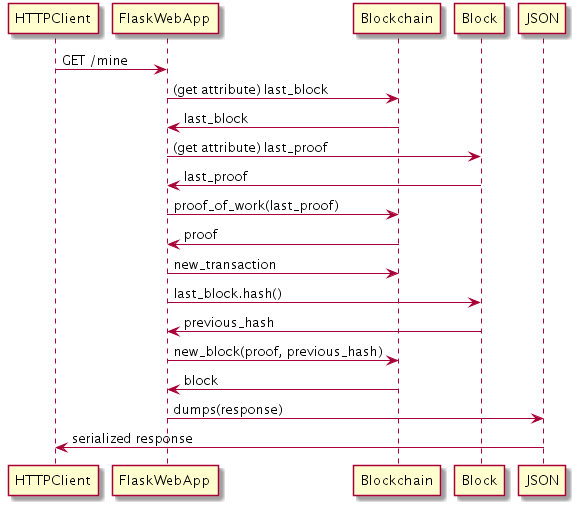
Before: docs/diagrams/UML_SequenceDiagram_mine.png, a diagram exported from PlantUML (tripl3a/blockchain).
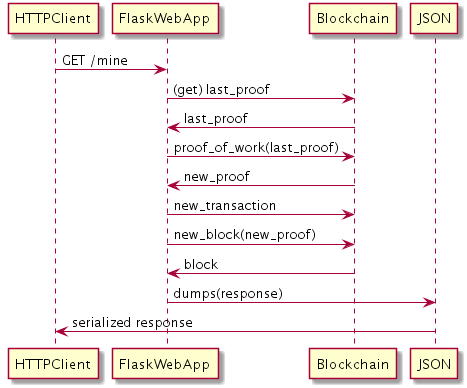
Later version of the same file.

Commit message:
simplified mining sequence

Diff of the diagram source:
```diff
@@ -1,15 +1,11 @@
 @startuml
 HTTPClient -> FlaskWebApp: GET /mine
-FlaskWebApp -> Blockchain: (get attribute) last_block
-Blockchain -> FlaskWebApp: last_block
-FlaskWebApp -> Block: (get attribute) last_proof
-Block -> FlaskWebApp: last_proof
+FlaskWebApp -> Blockchain: (get) last_proof
+Blockchain -> FlaskWebApp: last_proof
 FlaskWebApp -> Blockchain: proof_of_work(last_proof)
-Blockchain -> FlaskWebApp: proof
+Blockchain -> FlaskWebApp: new_proof
 FlaskWebApp -> Blockchain: new_transaction
-FlaskWebApp -> Block: last_block.hash()
-Block -> FlaskWebApp: previous_hash
-FlaskWebApp -> Blockchain: new_block(proof, previous_hash)
+FlaskWebApp -> Blockchain: new_block(new_proof)
 Blockchain -> FlaskWebApp: block
 FlaskWebApp -> JSON: dumps(response)
 JSON -> HTTPClient: serialized response
```
